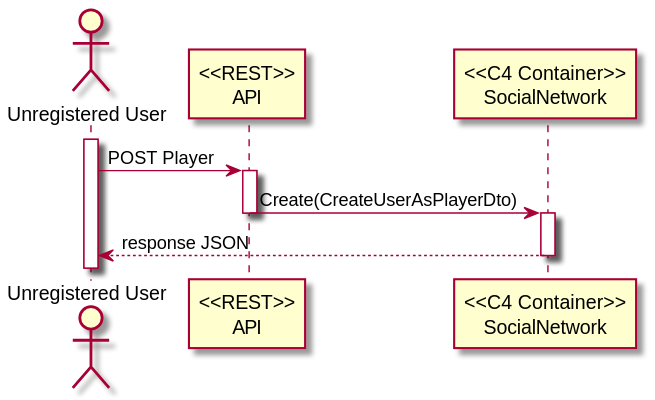
antoniomsbarros/SocialNetworkGame keeps this PlantUML diagram as docs/System Architecture/Level 2/UC8_LVL2/UC08_LVL2.svg. Above is the earlier version.
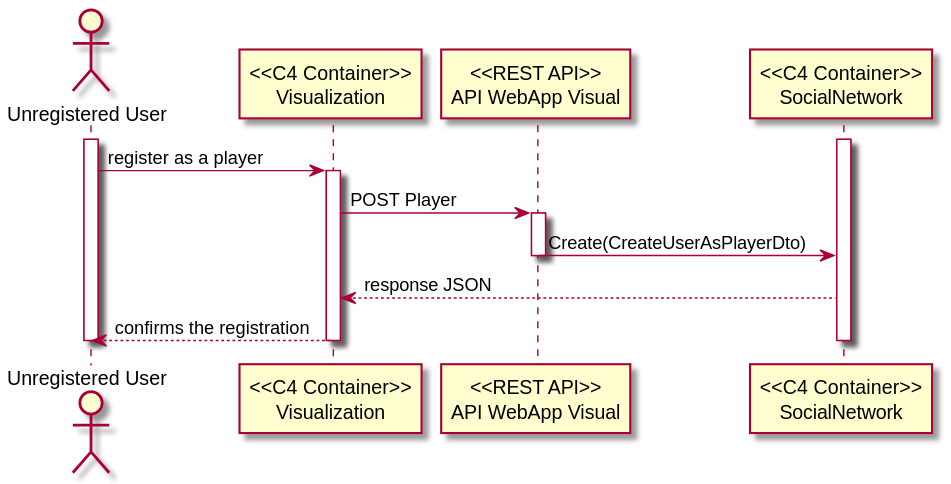
The same diagram one commit later.

What changed in the source:
```diff
@@ -1,18 +1,32 @@
 @startuml
 
 actor "Unregistered User" as UNU
-participant "<<REST>>\nAPI" as API
+participant "<<C4 Container>>\nVisualization" as V
+participant "<<REST API>>\nAPI WebApp Visual" as API
 participant "<<C4 Container>>\nSocialNetwork" as SN
 
+activate SN
+
 activate UNU
-UNU -> API: POST Player
+
+UNU -> V : register as a player
+
+activate V
+
+V -> API: POST Player
 
 activate API
 API -> SN: Create(CreateUserAsPlayerDto)
 deactivate API
 
-activate SN
-SN --> UNU : response JSON
+SN --> V : response JSON
+
+V --> UNU : confirms the registration
+
+deactivate V
+
+deactivate UNU
+
 deactivate SN
 
 @enduml
```
